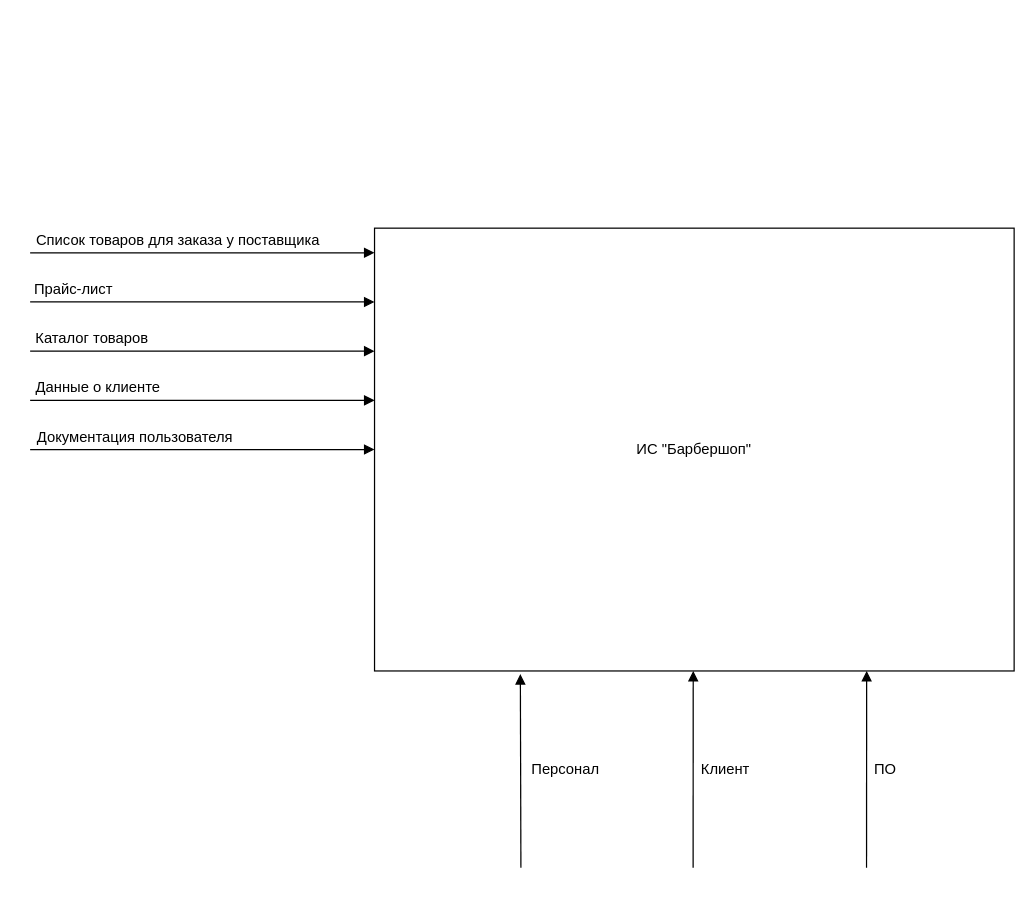
Before: Диаграммы/IDEF0.drawio in AntonRakov/vkr, a draw.io diagram. Source tidied: cells renumbered, new cells numbered last; positions are measured from the earlier drawing's top-left corner, leaving out a move shared by most shapes. Both pictures are drawn from the tidied source at 123%, with x=0, y=0 at pixel (23, 228).
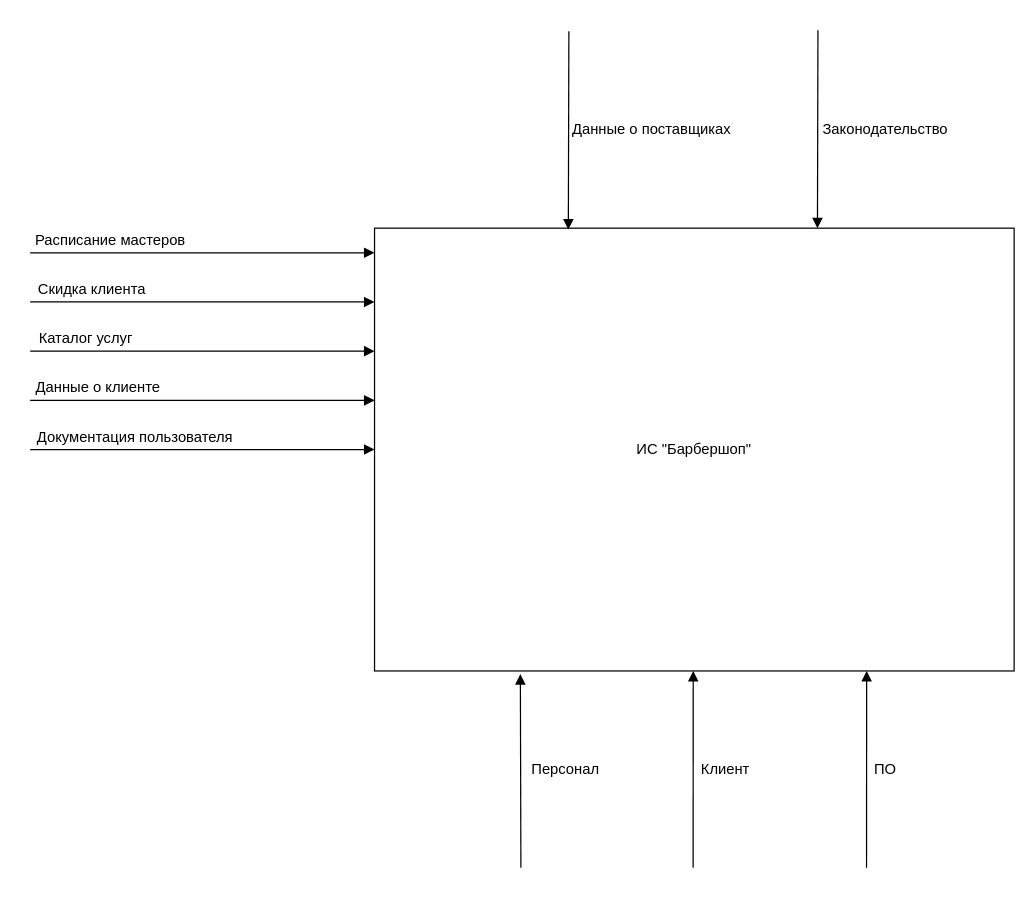
After the change.

The change refers to these unchanged cells:
```xml
<mxCell id="2" style="rounded=0;whiteSpace=wrap;html=1;" parent="1" vertex="1">
  <mxGeometry x="285" width="520" height="360" as="geometry" />
</mxCell>
```

Change to the diagram source:
```diff
@@
-    <mxCell id="9" value="Список товаров для заказа у поставщика" style="text;html=1;align=center;verticalAlign=middle;" parent="1" vertex="1">
-      <mxGeometry width="250" height="20" as="geometry" />
+    <mxCell id="9" value="Расписание мастеров" style="text;html=1;align=center;verticalAlign=middle;" parent="1" vertex="1">
+      <mxGeometry width="140" height="20" as="geometry" />
     </mxCell>
-    <mxCell id="10" value="Прайс-лист" style="text;html=1;align=center;verticalAlign=middle;" parent="1" vertex="1">
-      <mxGeometry y="40" width="80" height="20" as="geometry" />
+    <mxCell id="10" value="Скидка клиента" style="text;html=1;align=center;verticalAlign=middle;" parent="1" vertex="1">
+      <mxGeometry x="5" y="40" width="100" height="20" as="geometry" />
     </mxCell>
-    <mxCell id="11" value="Каталог товаров" style="text;html=1;align=center;verticalAlign=middle;" parent="1" vertex="1">
-      <mxGeometry y="80" width="110" height="20" as="geometry" />
+    <mxCell id="11" value="Каталог услуг" style="text;html=1;align=center;verticalAlign=middle;" parent="1" vertex="1">
+      <mxGeometry x="5" y="80" width="90" height="20" as="geometry" />
     </mxCell>
@@
+    <mxCell id="20" style="endArrow=block;html=1;endFill=1;entryX=0.303;entryY=0.003;entryDx=0;entryDy=0;entryPerimeter=0;" parent="1" edge="1" target="2">
+      <mxGeometry relative="1" as="geometry">
+        <mxPoint x="443" y="-160" as="sourcePoint" />
+      </mxGeometry>
+    </mxCell>
+    <mxCell id="21" style="endArrow=block;html=1;endFill=1;entryX=0.303;entryY=0.003;entryDx=0;entryDy=0;entryPerimeter=0;" parent="1" edge="1">
+      <mxGeometry relative="1" as="geometry">
+        <mxPoint x="645.5" y="-161" as="sourcePoint" />
+        <mxPoint x="645.1" y="0.1" as="targetPoint" />
+      </mxGeometry>
+    </mxCell>
+    <mxCell id="22" value="Данные о поставщиках" style="text;html=1;align=center;verticalAlign=middle;" parent="1" vertex="1">
+      <mxGeometry x="440" y="-90" width="140" height="20" as="geometry" />
+    </mxCell>
+    <mxCell id="23" value="Законодательство" style="text;html=1;align=center;verticalAlign=middle;" parent="1" vertex="1">
+      <mxGeometry x="640" y="-90" width="120" height="20" as="geometry" />
+    </mxCell>
```
